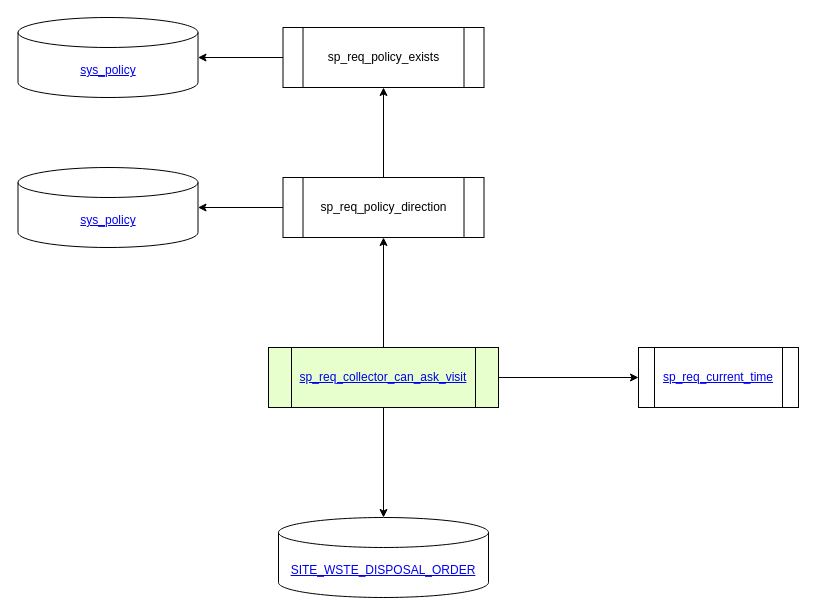
The draw.io diagram sp_req_collector_can_ask_visit.drawio in Leo-Nam/chium_draw, before the edit. Source tidied: cells renumbered, new cells numbered last; positions are measured from the earlier drawing's top-left corner, leaving out a move shared by most shapes. Both pictures are drawn from the tidied source at 100%, with x=0, y=0 at pixel (18, 17).
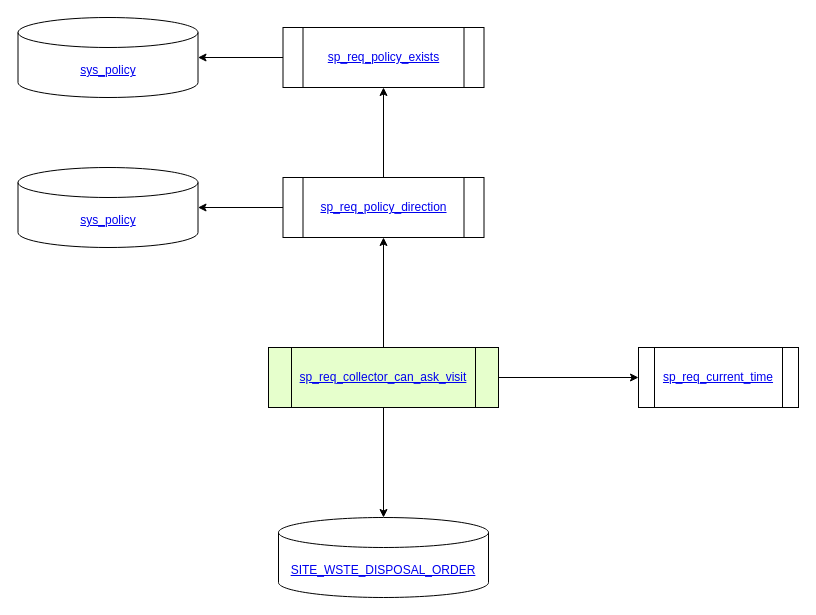
The same diagram, later.

Commit message (it also covers changes not shown here):
sp_insert_collector_wste_lists

What changed in the source:
```diff
@@
 <mxGraphModel>
   <root>
     <mxCell id="0" />
     <mxCell id="1" parent="0" />
     <mxCell id="2" style="edgeStyle=orthogonalEdgeStyle;rounded=0;jettySize=auto;html=1;" parent="1" edge="1" source="5" target="6">
       <mxGeometry relative="1" as="geometry" />
     </mxCell>
     <mxCell id="3" style="edgeStyle=orthogonalEdgeStyle;rounded=0;jettySize=auto;html=1;exitX=0.5;exitY=0;exitDx=0;exitDy=0;" parent="1" edge="1" source="5" target="9">
       <mxGeometry relative="1" as="geometry" />
     </mxCell>
     <mxCell id="4" style="edgeStyle=orthogonalEdgeStyle;rounded=0;jettySize=auto;html=1;" parent="1" edge="1" source="5" target="10">
       <mxGeometry relative="1" as="geometry" />
     </mxCell>
     <mxCell id="5" value="&lt;a href=&quot;https://www.notion.so/sp_req_collector_can_ask_visit-234ab7e470b64dc6a4f7057b3d002f88&quot;&gt;sp_req_collector_can_ask_visit&lt;/a&gt;" style="shape=process;whiteSpace=wrap;html=1;backgroundOutline=1;rounded=0;fillColor=#E6FFCC;" parent="1" vertex="1">
       <mxGeometry x="250" y="330" width="230" height="60" as="geometry" />
     </mxCell>
     <mxCell id="6" value="&lt;a href=&quot;https://www.notion.so/sp_req_current_time-1454565caebf4d388516896cf44f081d&quot;&gt;sp_req_current_time&lt;/a&gt;" style="shape=process;whiteSpace=wrap;html=1;backgroundOutline=1;rounded=0;" parent="1" vertex="1">
       <mxGeometry x="620" y="330" width="160" height="60" as="geometry" />
     </mxCell>
     <mxCell id="7" style="edgeStyle=orthogonalEdgeStyle;rounded=0;jettySize=auto;html=1;" parent="1" edge="1" source="9" target="12">
       <mxGeometry relative="1" as="geometry" />
     </mxCell>
     <mxCell id="8" style="edgeStyle=orthogonalEdgeStyle;rounded=0;jettySize=auto;html=1;" parent="1" edge="1" source="9" target="13">
       <mxGeometry relative="1" as="geometry" />
     </mxCell>
-    <mxCell id="9" value="sp_req_policy_direction" style="shape=process;whiteSpace=wrap;html=1;backgroundOutline=1;rounded=0;" parent="1" vertex="1">
+    <mxCell id="9" value="&lt;a href=&quot;https://github.com/Leo-Nam/chium_draw/blob/master/sp_req_policy_direction.drawio&quot;&gt;sp_req_policy_direction&lt;/a&gt;" style="shape=process;whiteSpace=wrap;html=1;backgroundOutline=1;rounded=0;" parent="1" vertex="1">
       <mxGeometry x="264.5" y="160" width="201" height="60" as="geometry" />
     </mxCell>
     <mxCell id="10" value="&lt;a href=&quot;https://www.notion.so/SITE_WSTE_DISPOSAL_ORDER-cc2a6bbd0594404d81524e8ef401bf67&quot;&gt;SITE_WSTE_DISPOSAL_ORDER&lt;/a&gt;" style="shape=cylinder3;whiteSpace=wrap;html=1;boundedLbl=1;backgroundOutline=1;size=15;" parent="1" vertex="1">
       <mxGeometry x="260" y="500" width="210" height="80" as="geometry" />
     </mxCell>
     <mxCell id="11" style="edgeStyle=orthogonalEdgeStyle;rounded=0;jettySize=auto;html=1;" parent="1" edge="1" source="12" target="14">
       <mxGeometry relative="1" as="geometry" />
     </mxCell>
-    <mxCell id="12" value="sp_req_policy_exists" style="shape=process;whiteSpace=wrap;html=1;backgroundOutline=1;rounded=0;" parent="1" vertex="1">
+    <mxCell id="12" value="&lt;a href=&quot;https://github.com/Leo-Nam/chium_draw/blob/master/sp_req_policy_exists.drawio&quot;&gt;sp_req_policy_exists&lt;/a&gt;" style="shape=process;whiteSpace=wrap;html=1;backgroundOutline=1;rounded=0;" parent="1" vertex="1">
       <mxGeometry x="264.5" y="10" width="201" height="60" as="geometry" />
     </mxCell>
     <mxCell id="13" value="&lt;a href=&quot;https://www.notion.so/sys_policy-99dee461e3f548ba852944964da8f696&quot;&gt;sys_policy&lt;/a&gt;" style="shape=cylinder3;whiteSpace=wrap;html=1;boundedLbl=1;backgroundOutline=1;size=15;" parent="1" vertex="1">
       <mxGeometry x="-0.5" y="150" width="180" height="80" as="geometry" />
     </mxCell>
     <mxCell id="14" value="&lt;a href=&quot;https://www.notion.so/sys_policy-99dee461e3f548ba852944964da8f696&quot;&gt;sys_policy&lt;/a&gt;" style="shape=cylinder3;whiteSpace=wrap;html=1;boundedLbl=1;backgroundOutline=1;size=15;" parent="1" vertex="1">
       <mxGeometry x="-0.5" width="180" height="80" as="geometry" />
     </mxCell>
   </root>
 </mxGraphModel>
```
